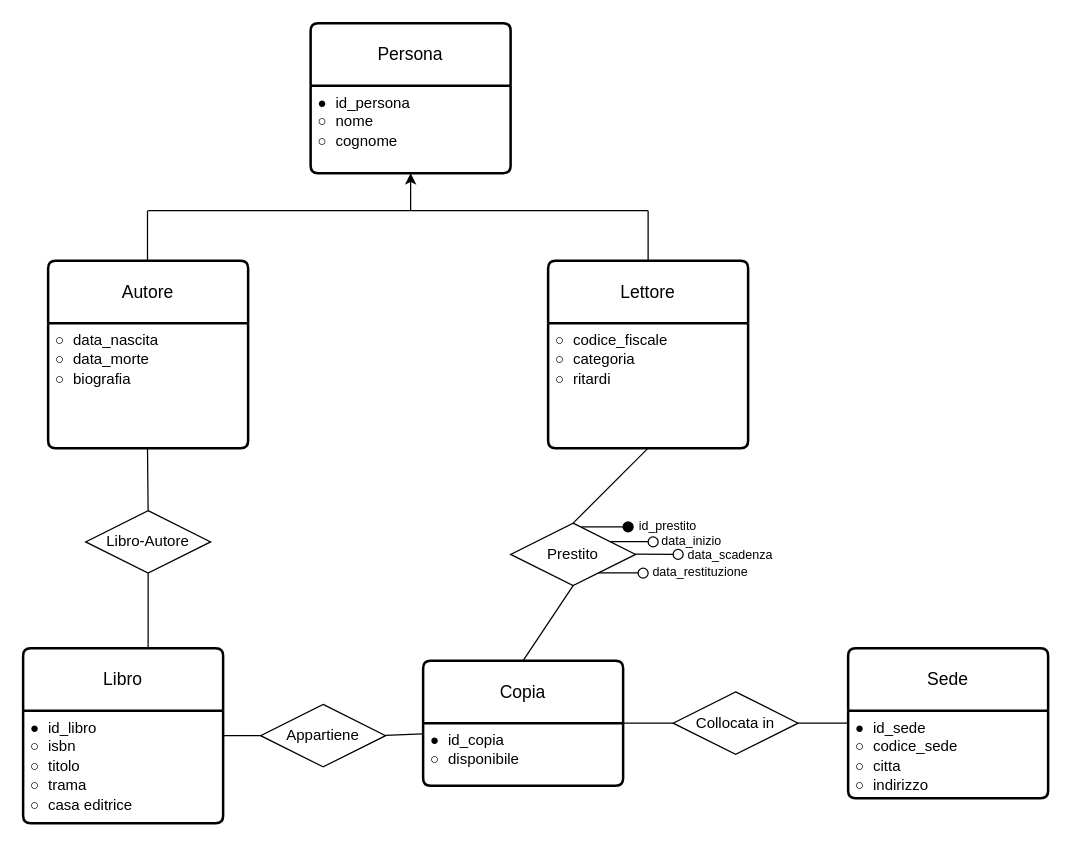
This is Untitled Diagram.drawio from jaczao/library-management-system, a draw.io file, before an edit. Source tidied: cells renumbered, new cells numbered last; positions are measured from the earlier drawing's top-left corner, leaving out a move shared by most shapes. Both pictures are drawn from the tidied source at 125%, with x=0, y=0 at pixel (22, 22).
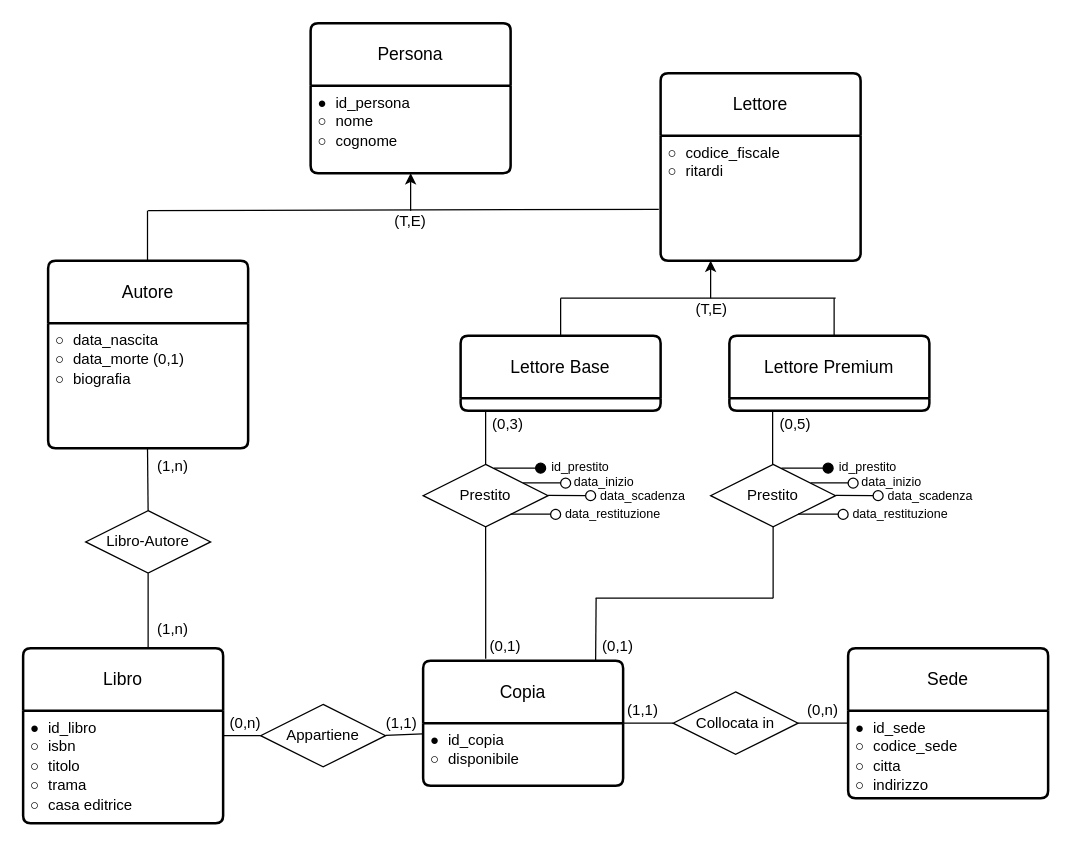
After the change.

Unchanged cells that the change refers to:
```xml
<mxCell id="4" value="Autore" style="swimlane;horizontal=1;startSize=50;rounded=1;fontSize=14;fontStyle=0;strokeWidth=2;shadow=0;dashed=0;align=center;arcSize=4;whiteSpace=wrap;html=1;" parent="1" vertex="1">
  <mxGeometry x="20" y="190" width="160" height="150" as="geometry" />
</mxCell>
<mxCell id="19" value="Copia" style="swimlane;horizontal=1;startSize=50;rounded=1;fontSize=14;fontStyle=0;strokeWidth=2;shadow=0;dashed=0;align=center;arcSize=4;whiteSpace=wrap;html=1;" parent="1" vertex="1">
  <mxGeometry x="320" y="510" width="160" height="100" as="geometry" />
</mxCell>
```

Change to the diagram source:
```diff
@@
-    <mxCell id="5" value="&lt;code style=&quot;white-space: normal;&quot;&gt;○&amp;nbsp;&lt;/code&gt;data_nascita&lt;br&gt;&lt;div&gt;&lt;code style=&quot;white-space: normal;&quot;&gt;○&amp;nbsp;&lt;/code&gt;data_morte&lt;br&gt;&lt;/div&gt;&lt;div&gt;&lt;code style=&quot;white-space: normal;&quot;&gt;○&amp;nbsp;&lt;/code&gt;biografia&lt;br&gt;&lt;/div&gt;" style="align=left;strokeColor=none;fillColor=none;spacingLeft=4;fontSize=12;verticalAlign=top;html=1;" parent="4" vertex="1">
+    <mxCell id="5" value="&lt;code style=&quot;white-space: normal;&quot;&gt;○&amp;nbsp;&lt;/code&gt;data_nascita&lt;br&gt;&lt;div&gt;&lt;code style=&quot;white-space: normal;&quot;&gt;○&amp;nbsp;&lt;/code&gt;data_morte (0,1)&lt;br&gt;&lt;/div&gt;&lt;div&gt;&lt;code style=&quot;white-space: normal;&quot;&gt;○&amp;nbsp;&lt;/code&gt;biografia&lt;br&gt;&lt;/div&gt;" style="align=left;strokeColor=none;fillColor=none;spacingLeft=4;fontSize=12;verticalAlign=top;html=1;" parent="4" vertex="1">
       <mxGeometry y="50" width="160" height="100" as="geometry" />
     </mxCell>
     <mxCell id="6" value="Lettore" style="swimlane;horizontal=1;startSize=50;rounded=1;fontSize=14;fontStyle=0;strokeWidth=2;shadow=0;dashed=0;align=center;arcSize=4;whiteSpace=wrap;html=1;" parent="1" vertex="1">
-      <mxGeometry x="420" y="190" width="160" height="150" as="geometry" />
+      <mxGeometry x="510" y="40" width="160" height="150" as="geometry" />
     </mxCell>
-    <mxCell id="7" value="&lt;code style=&quot;white-space: normal;&quot;&gt;○&amp;nbsp;&lt;/code&gt;codice_fiscale&lt;br&gt;&lt;div&gt;&lt;code style=&quot;white-space: normal;&quot;&gt;○&amp;nbsp;&lt;/code&gt;categoria&lt;br&gt;&lt;/div&gt;&lt;div&gt;&lt;code style=&quot;white-space: normal;&quot;&gt;○&amp;nbsp;&lt;/code&gt;ritardi&lt;br&gt;&lt;/div&gt;" style="align=left;strokeColor=none;fillColor=none;spacingLeft=4;fontSize=12;verticalAlign=top;html=1;" parent="6" vertex="1">
+    <mxCell id="7" value="&lt;code style=&quot;white-space: normal;&quot;&gt;○&amp;nbsp;&lt;/code&gt;codice_fiscale&lt;div&gt;&lt;code style=&quot;white-space: normal;&quot;&gt;○&amp;nbsp;&lt;/code&gt;ritardi&lt;br&gt;&lt;/div&gt;" style="align=left;strokeColor=none;fillColor=none;spacingLeft=4;fontSize=12;verticalAlign=top;html=1;" parent="6" vertex="1">
       <mxGeometry y="50" width="160" height="100" as="geometry" />
     </mxCell>
@@
-    <mxCell id="13" style="endArrow=none;html=1;rounded=0;" parent="1" edge="1">
+    <mxCell id="13" style="endArrow=none;html=1;rounded=0;entryX=-0.009;entryY=0.59;entryDx=0;entryDy=0;entryPerimeter=0;" parent="1" edge="1" target="7">
       <mxGeometry relative="1" as="geometry">
         <mxPoint x="100" y="150" as="sourcePoint" />
-        <mxPoint x="500" y="150" as="targetPoint" />
       </mxGeometry>
     </mxCell>
@@
-    <mxCell id="15" style="endArrow=none;html=1;rounded=0;exitX=0.5;exitY=0;exitDx=0;exitDy=0;" parent="1" edge="1" source="6">
-      <mxGeometry relative="1" as="geometry">
-        <mxPoint x="500" y="150" as="targetPoint" />
-      </mxGeometry>
-    </mxCell>
@@
-    <mxCell id="27" value="Prestito" style="shape=rhombus;perimeter=rhombusPerimeter;whiteSpace=wrap;html=1;align=center;" parent="1" vertex="1">
-      <mxGeometry x="390" y="400" width="100" height="50" as="geometry" />
-    </mxCell>
-    <mxCell id="28" style="endArrow=none;html=1;rounded=0;exitX=0.5;exitY=0;exitDx=0;exitDy=0;entryX=0.5;entryY=1;entryDx=0;entryDy=0;" parent="1" edge="1" source="19" target="27">
+    <mxCell id="28" style="endArrow=none;html=1;rounded=0;exitX=0.313;exitY=-0.015;exitDx=0;exitDy=0;entryX=0.5;entryY=1;entryDx=0;entryDy=0;exitPerimeter=0;" parent="1" edge="1" source="19" target="71">
       <mxGeometry relative="1" as="geometry" />
     </mxCell>
-    <mxCell id="29" style="endArrow=none;html=1;rounded=0;exitX=0.5;exitY=0;exitDx=0;exitDy=0;entryX=0.5;entryY=1;entryDx=0;entryDy=0;" parent="1" edge="1" source="27" target="7">
-      <mxGeometry relative="1" as="geometry" />
-    </mxCell>
-    <mxCell id="30" style="endArrow=none;html=1;rounded=0;exitX=0.567;exitY=0.06;exitDx=0;exitDy=0;exitPerimeter=0;" parent="1" edge="1" source="27">
-      <mxGeometry relative="1" as="geometry">
-        <mxPoint x="480" y="403" as="targetPoint" />
-      </mxGeometry>
-    </mxCell>
-    <mxCell id="31" style="endArrow=none;html=1;rounded=0;exitX=0.567;exitY=0.06;exitDx=0;exitDy=0;exitPerimeter=0;" parent="1" edge="1">
-      <mxGeometry relative="1" as="geometry">
-        <mxPoint x="470" y="414.8" as="sourcePoint" />
-        <mxPoint x="503" y="414.8" as="targetPoint" />
-      </mxGeometry>
-    </mxCell>
-    <mxCell id="32" style="endArrow=none;html=1;rounded=0;exitX=0.567;exitY=0.06;exitDx=0;exitDy=0;exitPerimeter=0;" parent="1" edge="1" source="37">
-      <mxGeometry relative="1" as="geometry">
-        <mxPoint x="523" y="424.8" as="targetPoint" />
-      </mxGeometry>
-    </mxCell>
-    <mxCell id="33" style="endArrow=none;html=1;rounded=0;exitX=0.567;exitY=0.06;exitDx=0;exitDy=0;exitPerimeter=0;" parent="1" edge="1">
-      <mxGeometry relative="1" as="geometry">
-        <mxPoint x="460" y="439.7" as="sourcePoint" />
-        <mxPoint x="493" y="439.7" as="targetPoint" />
-      </mxGeometry>
-    </mxCell>
-    <mxCell id="34" style="ellipse;whiteSpace=wrap;html=1;fillColor=#000000;" parent="1" vertex="1">
-      <mxGeometry x="480" y="399" width="8" height="8" as="geometry" />
-    </mxCell>
-    <mxCell id="35" style="ellipse;whiteSpace=wrap;html=1;" parent="1" vertex="1">
-      <mxGeometry x="500" y="411" width="8" height="8" as="geometry" />
-    </mxCell>
-    <mxCell id="36" style="endArrow=none;html=1;rounded=0;exitX=0.567;exitY=0.06;exitDx=0;exitDy=0;exitPerimeter=0;" parent="1" edge="1" target="37">
-      <mxGeometry relative="1" as="geometry">
-        <mxPoint x="490" y="424.8" as="sourcePoint" />
-      </mxGeometry>
-    </mxCell>
-    <mxCell id="37" style="ellipse;whiteSpace=wrap;html=1;" parent="1" vertex="1">
-      <mxGeometry x="520" y="421" width="8" height="8" as="geometry" />
-    </mxCell>
-    <mxCell id="38" style="ellipse;whiteSpace=wrap;html=1;" parent="1" vertex="1">
-      <mxGeometry x="492" y="436" width="8" height="8" as="geometry" />
-    </mxCell>
-    <mxCell id="39" value="id_prestito" style="text;html=1;align=center;verticalAlign=middle;whiteSpace=wrap;rounded=0;fontSize=10;" parent="1" vertex="1">
-      <mxGeometry x="486" y="387" width="60" height="30" as="geometry" />
-    </mxCell>
-    <mxCell id="40" value="data_inizio" style="text;html=1;align=center;verticalAlign=middle;whiteSpace=wrap;rounded=0;fontSize=10;" parent="1" vertex="1">
-      <mxGeometry x="505" y="399" width="60" height="30" as="geometry" />
-    </mxCell>
-    <mxCell id="41" value="data_scadenza" style="text;html=1;align=center;verticalAlign=middle;whiteSpace=wrap;rounded=0;fontSize=10;" parent="1" vertex="1">
-      <mxGeometry x="536" y="410" width="60" height="30" as="geometry" />
-    </mxCell>
-    <mxCell id="42" value="data_restituzione" style="text;html=1;align=center;verticalAlign=middle;whiteSpace=wrap;rounded=0;fontSize=10;" parent="1" vertex="1">
-      <mxGeometry x="512" y="424" width="60" height="30" as="geometry" />
-    </mxCell>
+    <mxCell id="43" value="(1,n)" style="text;html=1;align=center;verticalAlign=middle;whiteSpace=wrap;rounded=0;" parent="1" vertex="1">
+      <mxGeometry x="90" y="340" width="60" height="30" as="geometry" />
+    </mxCell>
+    <mxCell id="44" value="(1,n)" style="text;html=1;align=center;verticalAlign=middle;whiteSpace=wrap;rounded=0;" parent="1" vertex="1">
+      <mxGeometry x="90" y="470" width="60" height="30" as="geometry" />
+    </mxCell>
+    <mxCell id="45" value="(0,n)" style="text;html=1;align=center;verticalAlign=middle;whiteSpace=wrap;rounded=0;" parent="1" vertex="1">
+      <mxGeometry x="148" y="545" width="60" height="30" as="geometry" />
+    </mxCell>
+    <mxCell id="46" value="(1,1)" style="text;html=1;align=center;verticalAlign=middle;whiteSpace=wrap;rounded=0;" parent="1" vertex="1">
+      <mxGeometry x="273" y="545" width="60" height="30" as="geometry" />
+    </mxCell>
+    <mxCell id="47" value="(1,1)" style="text;html=1;align=center;verticalAlign=middle;whiteSpace=wrap;rounded=0;" parent="1" vertex="1">
+      <mxGeometry x="466" y="535" width="60" height="30" as="geometry" />
+    </mxCell>
+    <mxCell id="48" value="(0,n)" style="text;html=1;align=center;verticalAlign=middle;whiteSpace=wrap;rounded=0;" parent="1" vertex="1">
+      <mxGeometry x="610" y="535" width="60" height="30" as="geometry" />
+    </mxCell>
+    <mxCell id="49" value="(0,1)" style="text;html=1;align=center;verticalAlign=middle;whiteSpace=wrap;rounded=0;" parent="1" vertex="1">
+      <mxGeometry x="356" y="484" width="60" height="30" as="geometry" />
+    </mxCell>
+    <mxCell id="50" value="(0,3)" style="text;html=1;align=center;verticalAlign=middle;whiteSpace=wrap;rounded=0;" parent="1" vertex="1">
+      <mxGeometry x="358" y="306" width="60" height="30" as="geometry" />
+    </mxCell>
+    <mxCell id="51" value="Lettore Base" style="swimlane;horizontal=1;startSize=50;rounded=1;fontSize=14;fontStyle=0;strokeWidth=2;shadow=0;dashed=0;align=center;arcSize=4;whiteSpace=wrap;html=1;" parent="1" vertex="1">
+      <mxGeometry x="350" y="250" width="160" height="60" as="geometry" />
+    </mxCell>
+    <mxCell id="52" value="Lettore Premium" style="swimlane;horizontal=1;startSize=50;rounded=1;fontSize=14;fontStyle=0;strokeWidth=2;shadow=0;dashed=0;align=center;arcSize=4;whiteSpace=wrap;html=1;" parent="1" vertex="1">
+      <mxGeometry x="565" y="250" width="160" height="60" as="geometry" />
+    </mxCell>
+    <mxCell id="53" style="endArrow=none;html=1;rounded=0;entryX=0.5;entryY=0;entryDx=0;entryDy=0;" parent="1" edge="1" target="51">
+      <mxGeometry relative="1" as="geometry">
+        <mxPoint x="430" y="220" as="sourcePoint" />
+      </mxGeometry>
+    </mxCell>
+    <mxCell id="54" style="endArrow=none;html=1;rounded=0;entryX=0.5;entryY=0;entryDx=0;entryDy=0;" parent="1" edge="1">
+      <mxGeometry relative="1" as="geometry">
+        <mxPoint x="648.8" y="220" as="sourcePoint" />
+        <mxPoint x="648.8" y="250" as="targetPoint" />
+      </mxGeometry>
+    </mxCell>
+    <mxCell id="55" style="endArrow=none;html=1;rounded=0;" parent="1" edge="1">
+      <mxGeometry relative="1" as="geometry">
+        <mxPoint x="650" y="220" as="sourcePoint" />
+        <mxPoint x="430" y="220" as="targetPoint" />
+      </mxGeometry>
+    </mxCell>
+    <mxCell id="56" style="endArrow=classic;html=1;rounded=0;entryX=0.25;entryY=1;entryDx=0;entryDy=0;" parent="1" edge="1" target="7">
+      <mxGeometry relative="1" as="geometry">
+        <mxPoint x="550" y="220" as="sourcePoint" />
+      </mxGeometry>
+    </mxCell>
+    <mxCell id="57" value="Prestito" style="shape=rhombus;perimeter=rhombusPerimeter;whiteSpace=wrap;html=1;align=center;" parent="1" vertex="1">
+      <mxGeometry x="550" y="353" width="100" height="50" as="geometry" />
+    </mxCell>
+    <mxCell id="58" style="endArrow=none;html=1;rounded=0;exitX=0.567;exitY=0.06;exitDx=0;exitDy=0;exitPerimeter=0;" parent="1" edge="1" source="57">
+      <mxGeometry relative="1" as="geometry">
+        <mxPoint x="640" y="356" as="targetPoint" />
+      </mxGeometry>
+    </mxCell>
+    <mxCell id="59" style="endArrow=none;html=1;rounded=0;exitX=0.567;exitY=0.06;exitDx=0;exitDy=0;exitPerimeter=0;" parent="1" edge="1">
+      <mxGeometry relative="1" as="geometry">
+        <mxPoint x="630" y="367.8" as="sourcePoint" />
+        <mxPoint x="663" y="367.8" as="targetPoint" />
+      </mxGeometry>
+    </mxCell>
+    <mxCell id="60" style="endArrow=none;html=1;rounded=0;exitX=0.567;exitY=0.06;exitDx=0;exitDy=0;exitPerimeter=0;" parent="1" edge="1" source="65">
+      <mxGeometry relative="1" as="geometry">
+        <mxPoint x="683" y="377.8" as="targetPoint" />
+      </mxGeometry>
+    </mxCell>
+    <mxCell id="61" style="endArrow=none;html=1;rounded=0;exitX=0.567;exitY=0.06;exitDx=0;exitDy=0;exitPerimeter=0;" parent="1" edge="1">
+      <mxGeometry relative="1" as="geometry">
+        <mxPoint x="620" y="392.7" as="sourcePoint" />
+        <mxPoint x="653" y="392.7" as="targetPoint" />
+      </mxGeometry>
+    </mxCell>
+    <mxCell id="62" style="ellipse;whiteSpace=wrap;html=1;fillColor=#000000;" parent="1" vertex="1">
+      <mxGeometry x="640" y="352" width="8" height="8" as="geometry" />
+    </mxCell>
+    <mxCell id="63" style="ellipse;whiteSpace=wrap;html=1;" parent="1" vertex="1">
+      <mxGeometry x="660" y="364" width="8" height="8" as="geometry" />
+    </mxCell>
+    <mxCell id="64" style="endArrow=none;html=1;rounded=0;exitX=0.567;exitY=0.06;exitDx=0;exitDy=0;exitPerimeter=0;" parent="1" edge="1" target="65">
+      <mxGeometry relative="1" as="geometry">
+        <mxPoint x="650" y="377.8" as="sourcePoint" />
+      </mxGeometry>
+    </mxCell>
+    <mxCell id="65" style="ellipse;whiteSpace=wrap;html=1;" parent="1" vertex="1">
+      <mxGeometry x="680" y="374" width="8" height="8" as="geometry" />
+    </mxCell>
+    <mxCell id="66" style="ellipse;whiteSpace=wrap;html=1;" parent="1" vertex="1">
+      <mxGeometry x="652" y="389" width="8" height="8" as="geometry" />
+    </mxCell>
+    <mxCell id="67" value="id_prestito" style="text;html=1;align=center;verticalAlign=middle;whiteSpace=wrap;rounded=0;fontSize=10;" parent="1" vertex="1">
+      <mxGeometry x="646" y="340" width="60" height="30" as="geometry" />
+    </mxCell>
+    <mxCell id="68" value="data_inizio" style="text;html=1;align=center;verticalAlign=middle;whiteSpace=wrap;rounded=0;fontSize=10;" parent="1" vertex="1">
+      <mxGeometry x="665" y="352" width="60" height="30" as="geometry" />
+    </mxCell>
+    <mxCell id="69" value="data_scadenza" style="text;html=1;align=center;verticalAlign=middle;whiteSpace=wrap;rounded=0;fontSize=10;" parent="1" vertex="1">
+      <mxGeometry x="696" y="363" width="60" height="30" as="geometry" />
+    </mxCell>
+    <mxCell id="70" value="data_restituzione" style="text;html=1;align=center;verticalAlign=middle;whiteSpace=wrap;rounded=0;fontSize=10;" parent="1" vertex="1">
+      <mxGeometry x="672" y="377" width="60" height="30" as="geometry" />
+    </mxCell>
+    <mxCell id="71" value="Prestito" style="shape=rhombus;perimeter=rhombusPerimeter;whiteSpace=wrap;html=1;align=center;" parent="1" vertex="1">
+      <mxGeometry x="320" y="353" width="100" height="50" as="geometry" />
+    </mxCell>
+    <mxCell id="72" style="endArrow=none;html=1;rounded=0;exitX=0.567;exitY=0.06;exitDx=0;exitDy=0;exitPerimeter=0;" parent="1" edge="1" source="71">
+      <mxGeometry relative="1" as="geometry">
+        <mxPoint x="410" y="356" as="targetPoint" />
+      </mxGeometry>
+    </mxCell>
+    <mxCell id="73" style="endArrow=none;html=1;rounded=0;exitX=0.567;exitY=0.06;exitDx=0;exitDy=0;exitPerimeter=0;" parent="1" edge="1">
+      <mxGeometry relative="1" as="geometry">
+        <mxPoint x="400" y="367.8" as="sourcePoint" />
+        <mxPoint x="433" y="367.8" as="targetPoint" />
+      </mxGeometry>
+    </mxCell>
+    <mxCell id="74" style="endArrow=none;html=1;rounded=0;exitX=0.567;exitY=0.06;exitDx=0;exitDy=0;exitPerimeter=0;" parent="1" edge="1" source="79">
+      <mxGeometry relative="1" as="geometry">
+        <mxPoint x="453" y="377.8" as="targetPoint" />
+      </mxGeometry>
+    </mxCell>
+    <mxCell id="75" style="endArrow=none;html=1;rounded=0;exitX=0.567;exitY=0.06;exitDx=0;exitDy=0;exitPerimeter=0;" parent="1" edge="1">
+      <mxGeometry relative="1" as="geometry">
+        <mxPoint x="390" y="392.7" as="sourcePoint" />
+        <mxPoint x="423" y="392.7" as="targetPoint" />
+      </mxGeometry>
+    </mxCell>
+    <mxCell id="76" style="ellipse;whiteSpace=wrap;html=1;fillColor=#000000;" parent="1" vertex="1">
+      <mxGeometry x="410" y="352" width="8" height="8" as="geometry" />
+    </mxCell>
+    <mxCell id="77" style="ellipse;whiteSpace=wrap;html=1;" parent="1" vertex="1">
+      <mxGeometry x="430" y="364" width="8" height="8" as="geometry" />
+    </mxCell>
+    <mxCell id="78" style="endArrow=none;html=1;rounded=0;exitX=0.567;exitY=0.06;exitDx=0;exitDy=0;exitPerimeter=0;" parent="1" edge="1" target="79">
+      <mxGeometry relative="1" as="geometry">
+        <mxPoint x="420" y="377.8" as="sourcePoint" />
+      </mxGeometry>
+    </mxCell>
+    <mxCell id="79" style="ellipse;whiteSpace=wrap;html=1;" parent="1" vertex="1">
+      <mxGeometry x="450" y="374" width="8" height="8" as="geometry" />
+    </mxCell>
+    <mxCell id="80" style="ellipse;whiteSpace=wrap;html=1;" parent="1" vertex="1">
+      <mxGeometry x="422" y="389" width="8" height="8" as="geometry" />
+    </mxCell>
+    <mxCell id="81" value="id_prestito" style="text;html=1;align=center;verticalAlign=middle;whiteSpace=wrap;rounded=0;fontSize=10;" parent="1" vertex="1">
+      <mxGeometry x="416" y="340" width="60" height="30" as="geometry" />
+    </mxCell>
+    <mxCell id="82" value="data_inizio" style="text;html=1;align=center;verticalAlign=middle;whiteSpace=wrap;rounded=0;fontSize=10;" parent="1" vertex="1">
+      <mxGeometry x="435" y="352" width="60" height="30" as="geometry" />
+    </mxCell>
+    <mxCell id="83" value="data_scadenza" style="text;html=1;align=center;verticalAlign=middle;whiteSpace=wrap;rounded=0;fontSize=10;" parent="1" vertex="1">
+      <mxGeometry x="466" y="363" width="60" height="30" as="geometry" />
+    </mxCell>
+    <mxCell id="84" value="data_restituzione" style="text;html=1;align=center;verticalAlign=middle;whiteSpace=wrap;rounded=0;fontSize=10;" parent="1" vertex="1">
+      <mxGeometry x="442" y="377" width="60" height="30" as="geometry" />
+    </mxCell>
+    <mxCell id="85" style="endArrow=none;html=1;rounded=0;exitX=0.5;exitY=1;exitDx=0;exitDy=0;" parent="1" edge="1" source="57">
+      <mxGeometry relative="1" as="geometry">
+        <mxPoint x="600" y="460" as="targetPoint" />
+      </mxGeometry>
+    </mxCell>
+    <mxCell id="86" style="endArrow=none;html=1;rounded=0;" parent="1" edge="1">
+      <mxGeometry relative="1" as="geometry">
+        <mxPoint x="458.4" y="460" as="sourcePoint" />
+        <mxPoint x="458" y="510" as="targetPoint" />
+      </mxGeometry>
+    </mxCell>
+    <mxCell id="87" style="endArrow=none;html=1;rounded=0;" parent="1" edge="1">
+      <mxGeometry relative="1" as="geometry">
+        <mxPoint x="458" y="460" as="sourcePoint" />
+        <mxPoint x="600" y="460" as="targetPoint" />
+      </mxGeometry>
+    </mxCell>
+    <mxCell id="88" value="(0,5)" style="text;html=1;align=center;verticalAlign=middle;whiteSpace=wrap;rounded=0;" parent="1" vertex="1">
+      <mxGeometry x="588" y="306" width="60" height="30" as="geometry" />
+    </mxCell>
+    <mxCell id="89" value="(0,1)" style="text;html=1;align=center;verticalAlign=middle;whiteSpace=wrap;rounded=0;" parent="1" vertex="1">
+      <mxGeometry x="446" y="484" width="60" height="30" as="geometry" />
+    </mxCell>
+    <mxCell id="90" style="endArrow=none;html=1;rounded=0;entryX=0.5;entryY=0;entryDx=0;entryDy=0;" parent="1" edge="1" target="71">
+      <mxGeometry relative="1" as="geometry">
+        <mxPoint x="370" y="310" as="sourcePoint" />
+      </mxGeometry>
+    </mxCell>
+    <mxCell id="91" style="endArrow=none;html=1;rounded=0;entryX=0.5;entryY=0;entryDx=0;entryDy=0;" parent="1" edge="1">
+      <mxGeometry relative="1" as="geometry">
+        <mxPoint x="599.6" y="310" as="sourcePoint" />
+        <mxPoint x="599.6" y="353" as="targetPoint" />
+      </mxGeometry>
+    </mxCell>
+    <mxCell id="92" value="(T,E)" style="text;html=1;align=center;verticalAlign=middle;whiteSpace=wrap;rounded=0;" parent="1" vertex="1">
+      <mxGeometry x="521" y="214" width="60" height="30" as="geometry" />
+    </mxCell>
+    <mxCell id="93" value="(T,E)" style="text;html=1;align=center;verticalAlign=middle;whiteSpace=wrap;rounded=0;" parent="1" vertex="1">
+      <mxGeometry x="280" y="144" width="60" height="30" as="geometry" />
+    </mxCell>
```
